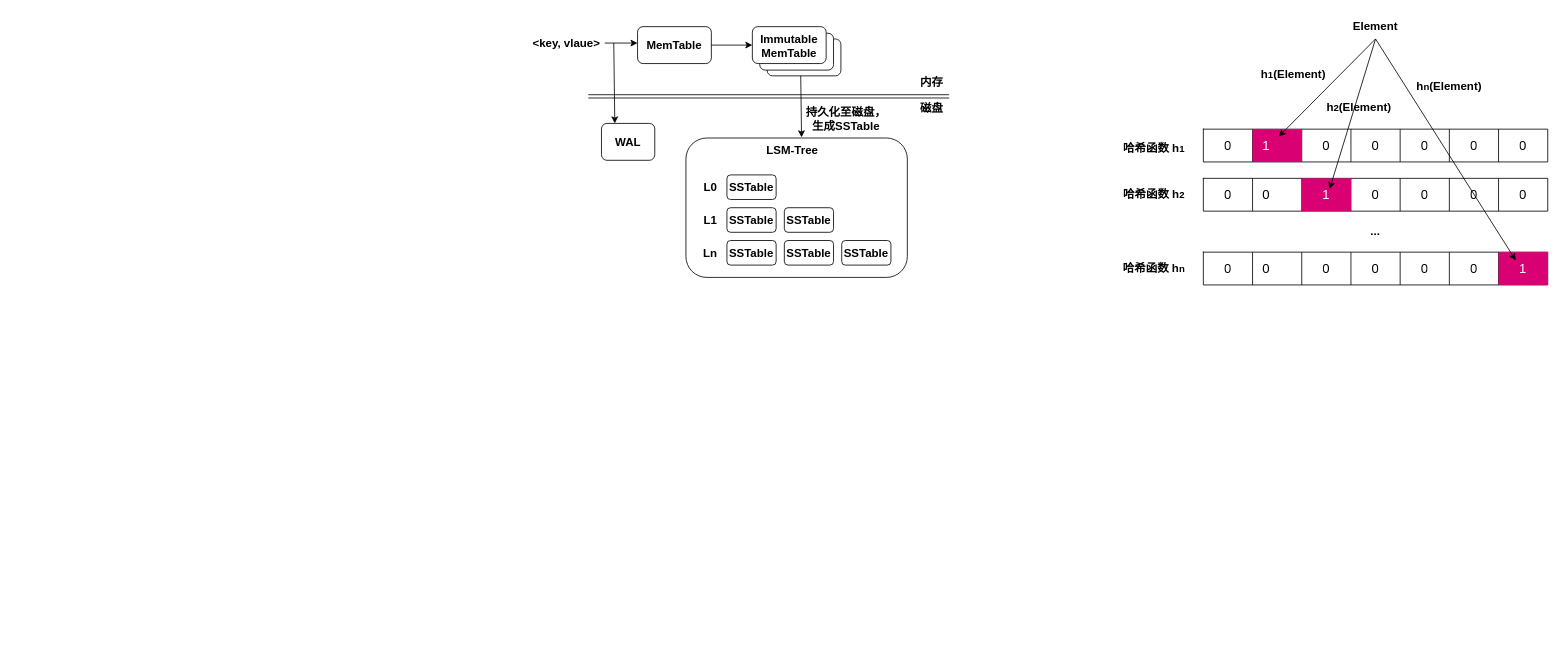
Above: page "第 6 页" (6 of 6) of RabbitKV.drawio in yeqiyi/drawIO (draw.io), before the change. Source tidied: cells renumbered, new cells numbered last; positions are measured from the earlier drawing's top-left corner, leaving out a move shared by most shapes. Both pictures are drawn from the tidied source at 82%, with x=0, y=0 at pixel (526, 14).
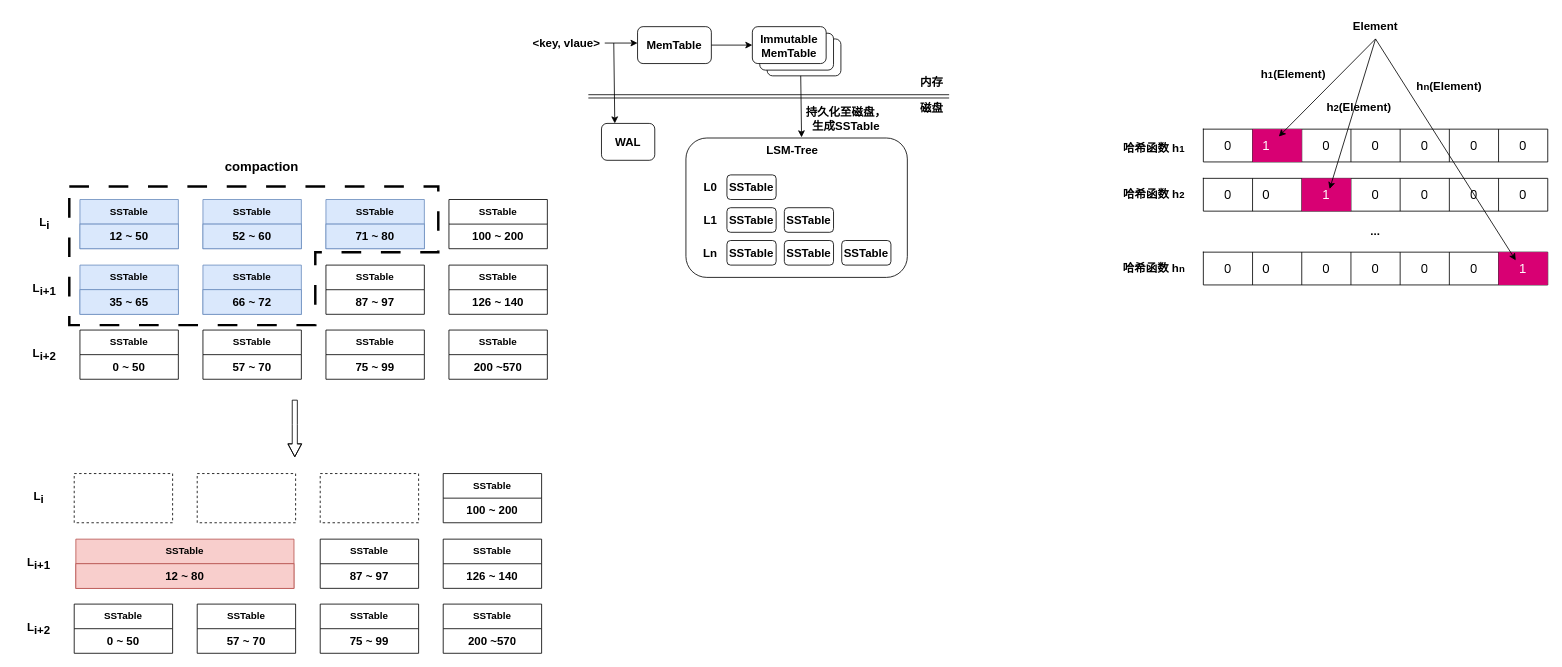
The same page after the edit.

The edit, as a diff of the source:
```diff
@@
+    <mxCell id="65" style="shape=corner;whiteSpace=wrap;html=1;dx=300;dy=80;fillColor=none;dashed=1;strokeWidth=3;dashPattern=8 8;" parent="1" vertex="1">
+      <mxGeometry x="-558" y="210" width="450" height="169" as="geometry" />
+    </mxCell>
@@
+    <mxCell id="66" value="&lt;b&gt;SSTable&lt;/b&gt;" style="swimlane;fontStyle=0;horizontal=1;startSize=30;whiteSpace=wrap;html=1;fillColor=#dae8fc;strokeColor=#6c8ebf;" parent="1" vertex="1">
+      <mxGeometry x="-545" y="225.8" width="120" height="60" as="geometry" />
+    </mxCell>
+    <mxCell id="67" value="&lt;b&gt;&lt;font style=&quot;font-size: 14px;&quot;&gt;12 ~ 50&lt;/font&gt;&lt;/b&gt;" style="text;strokeColor=#6c8ebf;fillColor=#dae8fc;align=center;verticalAlign=middle;spacingLeft=4;spacingRight=4;overflow=hidden;whiteSpace=wrap;html=1;" parent="66" vertex="1">
+      <mxGeometry y="30" width="120" height="30" as="geometry" />
+    </mxCell>
+    <mxCell id="68" value="&lt;b&gt;SSTable&lt;/b&gt;" style="swimlane;fontStyle=0;horizontal=1;startSize=30;whiteSpace=wrap;html=1;fillColor=#dae8fc;strokeColor=#6c8ebf;" parent="1" vertex="1">
+      <mxGeometry x="-395" y="225.8" width="120" height="60" as="geometry" />
+    </mxCell>
+    <mxCell id="69" value="&lt;b&gt;&lt;font style=&quot;font-size: 14px;&quot;&gt;52 ~ 60&lt;/font&gt;&lt;/b&gt;" style="text;strokeColor=#6c8ebf;fillColor=#dae8fc;align=center;verticalAlign=middle;spacingLeft=4;spacingRight=4;overflow=hidden;whiteSpace=wrap;html=1;" parent="68" vertex="1">
+      <mxGeometry y="30" width="120" height="30" as="geometry" />
+    </mxCell>
+    <mxCell id="70" value="&lt;b&gt;SSTable&lt;/b&gt;" style="swimlane;fontStyle=0;horizontal=1;startSize=30;whiteSpace=wrap;html=1;fillColor=#dae8fc;strokeColor=#6c8ebf;" parent="1" vertex="1">
+      <mxGeometry x="-245" y="225.8" width="120" height="60" as="geometry" />
+    </mxCell>
+    <mxCell id="71" value="&lt;span style=&quot;font-size: 14px;&quot;&gt;&lt;b&gt;71 ~ 80&lt;/b&gt;&lt;/span&gt;" style="text;strokeColor=#6c8ebf;fillColor=#dae8fc;align=center;verticalAlign=middle;spacingLeft=4;spacingRight=4;overflow=hidden;whiteSpace=wrap;html=1;" parent="70" vertex="1">
+      <mxGeometry y="30" width="120" height="30" as="geometry" />
+    </mxCell>
+    <mxCell id="72" value="&lt;b&gt;SSTable&lt;/b&gt;" style="swimlane;fontStyle=0;horizontal=1;startSize=30;whiteSpace=wrap;html=1;" parent="1" vertex="1">
+      <mxGeometry x="-95" y="225.8" width="120" height="60" as="geometry" />
+    </mxCell>
+    <mxCell id="73" value="&lt;span style=&quot;font-size: 14px;&quot;&gt;&lt;b&gt;100 ~ 200&lt;/b&gt;&lt;/span&gt;" style="text;strokeColor=none;fillColor=none;align=center;verticalAlign=middle;spacingLeft=4;spacingRight=4;overflow=hidden;whiteSpace=wrap;html=1;" parent="72" vertex="1">
+      <mxGeometry y="30" width="120" height="30" as="geometry" />
+    </mxCell>
+    <mxCell id="74" value="&lt;span style=&quot;font-size: 14px;&quot;&gt;&lt;b style=&quot;font-size: 14px;&quot;&gt;L&lt;sub style=&quot;font-size: 14px;&quot;&gt;i&lt;/sub&gt;&lt;/b&gt;&lt;/span&gt;" style="text;html=1;strokeColor=none;fillColor=none;align=center;verticalAlign=middle;whiteSpace=wrap;rounded=0;fontSize=14;" parent="1" vertex="1">
+      <mxGeometry x="-618" y="240.8" width="60" height="30" as="geometry" />
+    </mxCell>
+    <mxCell id="75" value="&lt;span style=&quot;font-size: 14px;&quot;&gt;&lt;b style=&quot;font-size: 14px;&quot;&gt;L&lt;sub style=&quot;font-size: 14px;&quot;&gt;i+1&lt;/sub&gt;&lt;/b&gt;&lt;/span&gt;" style="text;html=1;strokeColor=none;fillColor=none;align=center;verticalAlign=middle;whiteSpace=wrap;rounded=0;fontSize=14;" parent="1" vertex="1">
+      <mxGeometry x="-618" y="320.8" width="60" height="30" as="geometry" />
+    </mxCell>
+    <mxCell id="76" value="&lt;b&gt;SSTable&lt;/b&gt;" style="swimlane;fontStyle=0;horizontal=1;startSize=30;whiteSpace=wrap;html=1;fillColor=#dae8fc;strokeColor=#6c8ebf;" parent="1" vertex="1">
+      <mxGeometry x="-545" y="305.8" width="120" height="60" as="geometry" />
+    </mxCell>
+    <mxCell id="77" value="&lt;b&gt;&lt;font style=&quot;font-size: 14px;&quot;&gt;35 ~ 65&lt;/font&gt;&lt;/b&gt;" style="text;strokeColor=#6c8ebf;fillColor=#dae8fc;align=center;verticalAlign=middle;spacingLeft=4;spacingRight=4;overflow=hidden;whiteSpace=wrap;html=1;" parent="76" vertex="1">
+      <mxGeometry y="30" width="120" height="30" as="geometry" />
+    </mxCell>
+    <mxCell id="78" value="&lt;b&gt;SSTable&lt;/b&gt;" style="swimlane;fontStyle=0;horizontal=1;startSize=30;whiteSpace=wrap;html=1;fillColor=#dae8fc;strokeColor=#6c8ebf;" parent="1" vertex="1">
+      <mxGeometry x="-395" y="305.8" width="120" height="60" as="geometry" />
+    </mxCell>
+    <mxCell id="79" value="&lt;b&gt;&lt;font style=&quot;font-size: 14px;&quot;&gt;66 ~ 72&lt;/font&gt;&lt;/b&gt;" style="text;strokeColor=#6c8ebf;fillColor=#dae8fc;align=center;verticalAlign=middle;spacingLeft=4;spacingRight=4;overflow=hidden;whiteSpace=wrap;html=1;" parent="78" vertex="1">
+      <mxGeometry y="30" width="120" height="30" as="geometry" />
+    </mxCell>
+    <mxCell id="80" value="&lt;b&gt;SSTable&lt;/b&gt;" style="swimlane;fontStyle=0;horizontal=1;startSize=30;whiteSpace=wrap;html=1;" parent="1" vertex="1">
+      <mxGeometry x="-245" y="305.8" width="120" height="60" as="geometry" />
+    </mxCell>
+    <mxCell id="81" value="&lt;span style=&quot;font-size: 14px;&quot;&gt;&lt;b&gt;87 ~ 97&lt;/b&gt;&lt;/span&gt;" style="text;strokeColor=none;fillColor=none;align=center;verticalAlign=middle;spacingLeft=4;spacingRight=4;overflow=hidden;whiteSpace=wrap;html=1;" parent="80" vertex="1">
+      <mxGeometry y="30" width="120" height="30" as="geometry" />
+    </mxCell>
+    <mxCell id="82" value="&lt;b&gt;SSTable&lt;/b&gt;" style="swimlane;fontStyle=0;horizontal=1;startSize=30;whiteSpace=wrap;html=1;" parent="1" vertex="1">
+      <mxGeometry x="-95" y="305.8" width="120" height="60" as="geometry" />
+    </mxCell>
+    <mxCell id="83" value="&lt;span style=&quot;font-size: 14px;&quot;&gt;&lt;b&gt;126 ~ 140&lt;/b&gt;&lt;/span&gt;" style="text;strokeColor=none;fillColor=none;align=center;verticalAlign=middle;spacingLeft=4;spacingRight=4;overflow=hidden;whiteSpace=wrap;html=1;" parent="82" vertex="1">
+      <mxGeometry y="30" width="120" height="30" as="geometry" />
+    </mxCell>
+    <mxCell id="84" value="&lt;b&gt;SSTable&lt;/b&gt;" style="swimlane;fontStyle=0;horizontal=1;startSize=30;whiteSpace=wrap;html=1;" parent="1" vertex="1">
+      <mxGeometry x="-545" y="385" width="120" height="60" as="geometry" />
+    </mxCell>
+    <mxCell id="85" value="&lt;b&gt;&lt;font style=&quot;font-size: 14px;&quot;&gt;0 ~ 50&lt;/font&gt;&lt;/b&gt;" style="text;strokeColor=none;fillColor=none;align=center;verticalAlign=middle;spacingLeft=4;spacingRight=4;overflow=hidden;whiteSpace=wrap;html=1;" parent="84" vertex="1">
+      <mxGeometry y="30" width="120" height="30" as="geometry" />
+    </mxCell>
+    <mxCell id="86" value="&lt;b&gt;SSTable&lt;/b&gt;" style="swimlane;fontStyle=0;horizontal=1;startSize=30;whiteSpace=wrap;html=1;" parent="1" vertex="1">
+      <mxGeometry x="-395" y="385" width="120" height="60" as="geometry" />
+    </mxCell>
+    <mxCell id="87" value="&lt;b&gt;&lt;font style=&quot;font-size: 14px;&quot;&gt;57 ~ 70&lt;/font&gt;&lt;/b&gt;" style="text;strokeColor=none;fillColor=none;align=center;verticalAlign=middle;spacingLeft=4;spacingRight=4;overflow=hidden;whiteSpace=wrap;html=1;" parent="86" vertex="1">
+      <mxGeometry y="30" width="120" height="30" as="geometry" />
+    </mxCell>
+    <mxCell id="88" value="&lt;b&gt;SSTable&lt;/b&gt;" style="swimlane;fontStyle=0;horizontal=1;startSize=30;whiteSpace=wrap;html=1;" parent="1" vertex="1">
+      <mxGeometry x="-245" y="385" width="120" height="60" as="geometry" />
+    </mxCell>
+    <mxCell id="89" value="&lt;b&gt;&lt;font style=&quot;font-size: 14px;&quot;&gt;75 ~ 99&lt;/font&gt;&lt;/b&gt;" style="text;strokeColor=none;fillColor=none;align=center;verticalAlign=middle;spacingLeft=4;spacingRight=4;overflow=hidden;whiteSpace=wrap;html=1;" parent="88" vertex="1">
+      <mxGeometry y="30" width="120" height="30" as="geometry" />
+    </mxCell>
+    <mxCell id="90" value="&lt;b&gt;SSTable&lt;/b&gt;" style="swimlane;fontStyle=0;horizontal=1;startSize=30;whiteSpace=wrap;html=1;" parent="1" vertex="1">
+      <mxGeometry x="-95" y="385" width="120" height="60" as="geometry" />
+    </mxCell>
+    <mxCell id="91" value="&lt;b&gt;&lt;font style=&quot;font-size: 14px;&quot;&gt;200 ~570&lt;/font&gt;&lt;/b&gt;" style="text;strokeColor=none;fillColor=none;align=center;verticalAlign=middle;spacingLeft=4;spacingRight=4;overflow=hidden;whiteSpace=wrap;html=1;" parent="90" vertex="1">
+      <mxGeometry y="30" width="120" height="30" as="geometry" />
+    </mxCell>
+    <mxCell id="92" value="&lt;span style=&quot;font-size: 14px;&quot;&gt;&lt;b style=&quot;font-size: 14px;&quot;&gt;L&lt;sub style=&quot;font-size: 14px;&quot;&gt;i+2&lt;/sub&gt;&lt;/b&gt;&lt;/span&gt;" style="text;html=1;strokeColor=none;fillColor=none;align=center;verticalAlign=middle;whiteSpace=wrap;rounded=0;fontSize=14;" parent="1" vertex="1">
+      <mxGeometry x="-618" y="400" width="60" height="30" as="geometry" />
+    </mxCell>
+    <mxCell id="93" value="&lt;span style=&quot;font-size: 16px;&quot;&gt;&lt;b style=&quot;font-size: 16px;&quot;&gt;compaction&lt;/b&gt;&lt;/span&gt;" style="text;html=1;strokeColor=none;fillColor=none;align=center;verticalAlign=middle;whiteSpace=wrap;rounded=0;fontSize=16;" parent="1" vertex="1">
+      <mxGeometry x="-372" y="170" width="98" height="30" as="geometry" />
+    </mxCell>
+    <mxCell id="94" value="&lt;b&gt;SSTable&lt;/b&gt;" style="swimlane;fontStyle=0;horizontal=1;startSize=30;whiteSpace=wrap;html=1;" parent="1" vertex="1">
+      <mxGeometry x="-102" y="560" width="120" height="60" as="geometry" />
+    </mxCell>
+    <mxCell id="95" value="&lt;span style=&quot;font-size: 14px;&quot;&gt;&lt;b&gt;100 ~ 200&lt;/b&gt;&lt;/span&gt;" style="text;strokeColor=none;fillColor=none;align=center;verticalAlign=middle;spacingLeft=4;spacingRight=4;overflow=hidden;whiteSpace=wrap;html=1;" parent="94" vertex="1">
+      <mxGeometry y="30" width="120" height="30" as="geometry" />
+    </mxCell>
+    <mxCell id="96" value="&lt;span style=&quot;font-size: 14px;&quot;&gt;&lt;b style=&quot;font-size: 14px;&quot;&gt;L&lt;sub style=&quot;font-size: 14px;&quot;&gt;i&lt;/sub&gt;&lt;/b&gt;&lt;/span&gt;" style="text;html=1;strokeColor=none;fillColor=none;align=center;verticalAlign=middle;whiteSpace=wrap;rounded=0;fontSize=14;" parent="1" vertex="1">
+      <mxGeometry x="-625" y="575" width="60" height="30" as="geometry" />
+    </mxCell>
+    <mxCell id="97" value="&lt;span style=&quot;font-size: 14px;&quot;&gt;&lt;b style=&quot;font-size: 14px;&quot;&gt;L&lt;sub style=&quot;font-size: 14px;&quot;&gt;i+1&lt;/sub&gt;&lt;/b&gt;&lt;/span&gt;" style="text;html=1;strokeColor=none;fillColor=none;align=center;verticalAlign=middle;whiteSpace=wrap;rounded=0;fontSize=14;" parent="1" vertex="1">
+      <mxGeometry x="-625" y="655" width="60" height="30" as="geometry" />
+    </mxCell>
+    <mxCell id="98" value="&lt;b&gt;SSTable&lt;/b&gt;" style="swimlane;fontStyle=0;horizontal=1;startSize=30;whiteSpace=wrap;html=1;fillColor=#f8cecc;strokeColor=#b85450;" parent="1" vertex="1">
+      <mxGeometry x="-550" y="640" width="266" height="60" as="geometry" />
+    </mxCell>
+    <mxCell id="99" value="&lt;b&gt;&lt;font style=&quot;font-size: 14px;&quot;&gt;12 ~ 80&lt;/font&gt;&lt;/b&gt;" style="text;strokeColor=#b85450;fillColor=#f8cecc;align=center;verticalAlign=middle;spacingLeft=4;spacingRight=4;overflow=hidden;whiteSpace=wrap;html=1;" parent="98" vertex="1">
+      <mxGeometry y="30" width="266" height="30" as="geometry" />
+    </mxCell>
+    <mxCell id="100" value="&lt;b&gt;SSTable&lt;/b&gt;" style="swimlane;fontStyle=0;horizontal=1;startSize=30;whiteSpace=wrap;html=1;" parent="1" vertex="1">
+      <mxGeometry x="-252" y="640" width="120" height="60" as="geometry" />
+    </mxCell>
+    <mxCell id="101" value="&lt;span style=&quot;font-size: 14px;&quot;&gt;&lt;b&gt;87 ~ 97&lt;/b&gt;&lt;/span&gt;" style="text;strokeColor=none;fillColor=none;align=center;verticalAlign=middle;spacingLeft=4;spacingRight=4;overflow=hidden;whiteSpace=wrap;html=1;" parent="100" vertex="1">
+      <mxGeometry y="30" width="120" height="30" as="geometry" />
+    </mxCell>
+    <mxCell id="102" value="&lt;b&gt;SSTable&lt;/b&gt;" style="swimlane;fontStyle=0;horizontal=1;startSize=30;whiteSpace=wrap;html=1;" parent="1" vertex="1">
+      <mxGeometry x="-102" y="640" width="120" height="60" as="geometry" />
+    </mxCell>
+    <mxCell id="103" value="&lt;span style=&quot;font-size: 14px;&quot;&gt;&lt;b&gt;126 ~ 140&lt;/b&gt;&lt;/span&gt;" style="text;strokeColor=none;fillColor=none;align=center;verticalAlign=middle;spacingLeft=4;spacingRight=4;overflow=hidden;whiteSpace=wrap;html=1;" parent="102" vertex="1">
+      <mxGeometry y="30" width="120" height="30" as="geometry" />
+    </mxCell>
+    <mxCell id="104" value="&lt;b&gt;SSTable&lt;/b&gt;" style="swimlane;fontStyle=0;horizontal=1;startSize=30;whiteSpace=wrap;html=1;" parent="1" vertex="1">
+      <mxGeometry x="-552" y="719.2" width="120" height="60" as="geometry" />
+    </mxCell>
+    <mxCell id="105" value="&lt;b&gt;&lt;font style=&quot;font-size: 14px;&quot;&gt;0 ~ 50&lt;/font&gt;&lt;/b&gt;" style="text;strokeColor=none;fillColor=none;align=center;verticalAlign=middle;spacingLeft=4;spacingRight=4;overflow=hidden;whiteSpace=wrap;html=1;" parent="104" vertex="1">
+      <mxGeometry y="30" width="120" height="30" as="geometry" />
+    </mxCell>
+    <mxCell id="106" value="&lt;b&gt;SSTable&lt;/b&gt;" style="swimlane;fontStyle=0;horizontal=1;startSize=30;whiteSpace=wrap;html=1;" parent="1" vertex="1">
+      <mxGeometry x="-402" y="719.2" width="120" height="60" as="geometry" />
+    </mxCell>
+    <mxCell id="107" value="&lt;b&gt;&lt;font style=&quot;font-size: 14px;&quot;&gt;57 ~ 70&lt;/font&gt;&lt;/b&gt;" style="text;strokeColor=none;fillColor=none;align=center;verticalAlign=middle;spacingLeft=4;spacingRight=4;overflow=hidden;whiteSpace=wrap;html=1;" parent="106" vertex="1">
+      <mxGeometry y="30" width="120" height="30" as="geometry" />
+    </mxCell>
+    <mxCell id="108" value="&lt;b&gt;SSTable&lt;/b&gt;" style="swimlane;fontStyle=0;horizontal=1;startSize=30;whiteSpace=wrap;html=1;" parent="1" vertex="1">
+      <mxGeometry x="-252" y="719.2" width="120" height="60" as="geometry" />
+    </mxCell>
+    <mxCell id="109" value="&lt;b&gt;&lt;font style=&quot;font-size: 14px;&quot;&gt;75 ~ 99&lt;/font&gt;&lt;/b&gt;" style="text;strokeColor=none;fillColor=none;align=center;verticalAlign=middle;spacingLeft=4;spacingRight=4;overflow=hidden;whiteSpace=wrap;html=1;" parent="108" vertex="1">
+      <mxGeometry y="30" width="120" height="30" as="geometry" />
+    </mxCell>
+    <mxCell id="110" value="&lt;b&gt;SSTable&lt;/b&gt;" style="swimlane;fontStyle=0;horizontal=1;startSize=30;whiteSpace=wrap;html=1;" parent="1" vertex="1">
+      <mxGeometry x="-102" y="719.2" width="120" height="60" as="geometry" />
+    </mxCell>
+    <mxCell id="111" value="&lt;b&gt;&lt;font style=&quot;font-size: 14px;&quot;&gt;200 ~570&lt;/font&gt;&lt;/b&gt;" style="text;strokeColor=none;fillColor=none;align=center;verticalAlign=middle;spacingLeft=4;spacingRight=4;overflow=hidden;whiteSpace=wrap;html=1;" parent="110" vertex="1">
+      <mxGeometry y="30" width="120" height="30" as="geometry" />
+    </mxCell>
+    <mxCell id="112" value="&lt;span style=&quot;font-size: 14px;&quot;&gt;&lt;b style=&quot;font-size: 14px;&quot;&gt;L&lt;sub style=&quot;font-size: 14px;&quot;&gt;i+2&lt;/sub&gt;&lt;/b&gt;&lt;/span&gt;" style="text;html=1;strokeColor=none;fillColor=none;align=center;verticalAlign=middle;whiteSpace=wrap;rounded=0;fontSize=14;" parent="1" vertex="1">
+      <mxGeometry x="-625" y="734.2" width="60" height="30" as="geometry" />
+    </mxCell>
+    <mxCell id="113" style="rounded=0;whiteSpace=wrap;html=1;dashed=1;" parent="1" vertex="1">
+      <mxGeometry x="-552" y="560" width="120" height="60" as="geometry" />
+    </mxCell>
+    <mxCell id="114" style="rounded=0;whiteSpace=wrap;html=1;dashed=1;" parent="1" vertex="1">
+      <mxGeometry x="-402" y="560" width="120" height="60" as="geometry" />
+    </mxCell>
+    <mxCell id="115" style="rounded=0;whiteSpace=wrap;html=1;dashed=1;" parent="1" vertex="1">
+      <mxGeometry x="-252" y="560" width="120" height="60" as="geometry" />
+    </mxCell>
+    <mxCell id="116" style="shape=flexArrow;endArrow=classic;html=1;rounded=0;endWidth=9.512485136741974;endSize=4.903448275862069;width=6.206896551724138;" parent="1" edge="1">
+      <mxGeometry relative="1" as="geometry">
+        <mxPoint x="-283" y="470" as="sourcePoint" />
+        <mxPoint x="-283" y="540" as="targetPoint" />
+        <Array as="points">
+          <mxPoint x="-283" y="500" />
+        </Array>
+      </mxGeometry>
+    </mxCell>
```
